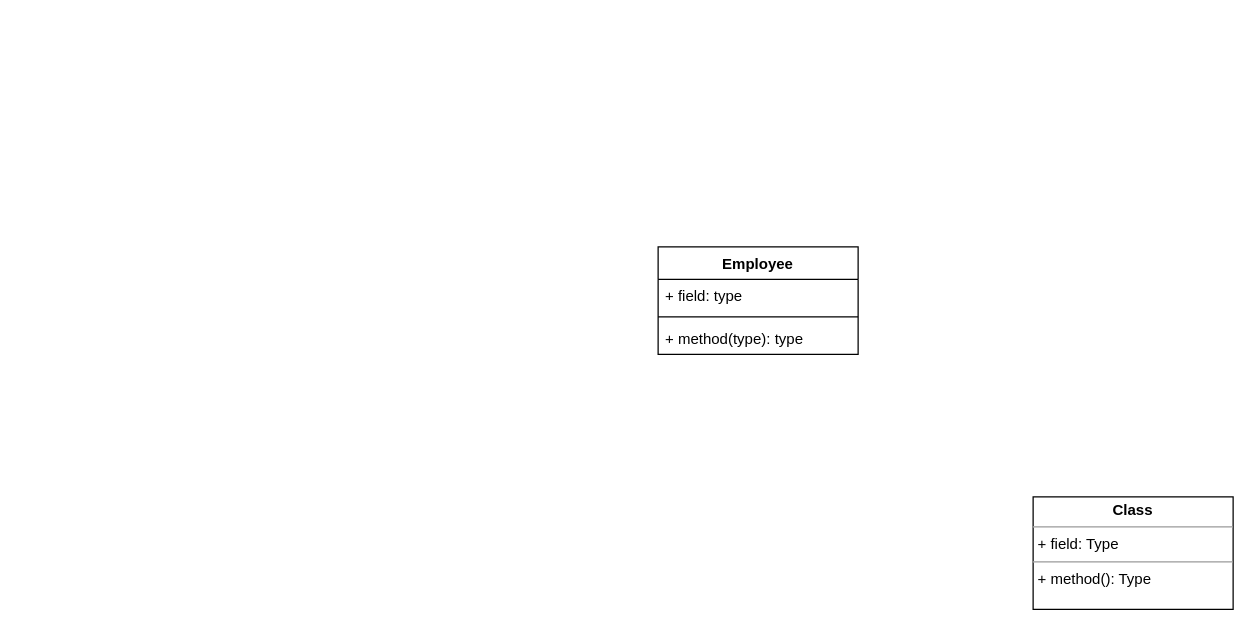
Before: Untitled Diagram.drawio in cubcoffee/valhalla-api, a draw.io diagram. Source tidied: cells renumbered, new cells numbered last; positions are measured from the earlier drawing's top-left corner, leaving out a move shared by most shapes. Both pictures are drawn from the tidied source at 125%, with x=0, y=0 at pixel (658, 246).
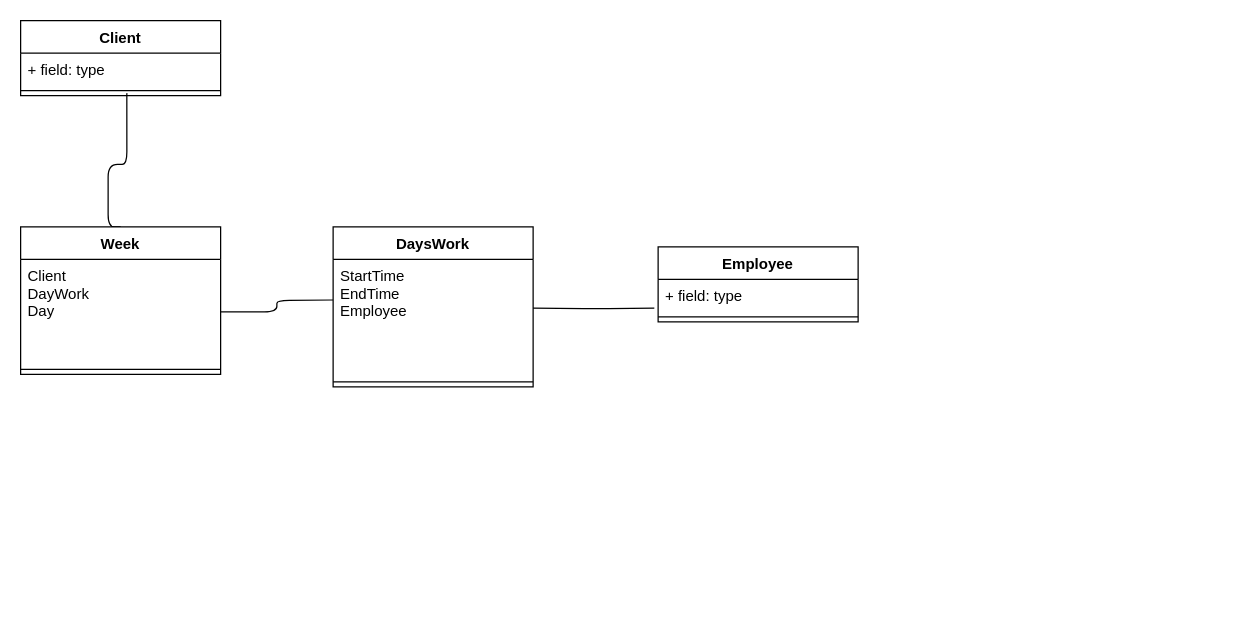
Above is the later version.

Diff of the diagram source:
```diff
@@
 <mxGraphModel background="#ffffff">
   <root>
     <mxCell id="0" />
     <mxCell id="1" parent="0" />
+    <mxCell id="7" style="endArrow=none;html=1;edgeStyle=orthogonalEdgeStyle;entryX=-0.019;entryY=0.885;entryDx=0;entryDy=0;entryPerimeter=0;" parent="1" edge="1" target="3">
+      <mxGeometry relative="1" as="geometry">
+        <mxPoint x="-100" y="49" as="sourcePoint" />
+      </mxGeometry>
+    </mxCell>
+    <mxCell id="8" style="endArrow=none;html=1;edgeStyle=orthogonalEdgeStyle;" parent="1" edge="1" source="11">
+      <mxGeometry relative="1" as="geometry">
+        <mxPoint x="-260" y="42.5" as="targetPoint" />
+      </mxGeometry>
+    </mxCell>
+    <mxCell id="9" style="endArrow=none;html=1;edgeStyle=orthogonalEdgeStyle;entryX=0.531;entryY=0.75;entryDx=0;entryDy=0;entryPerimeter=0;exitX=0.5;exitY=0;exitDx=0;exitDy=0;" parent="1" edge="1" source="10" target="15">
+      <mxGeometry relative="1" as="geometry">
+        <Array as="points">
+          <mxPoint x="-440" y="-66" />
+          <mxPoint x="-425" y="-66" />
+        </Array>
+      </mxGeometry>
+    </mxCell>
+    <mxCell id="10" value="Week" style="swimlane;fontStyle=1;align=center;verticalAlign=top;horizontal=1;startSize=26;" parent="1" vertex="1">
+      <mxGeometry x="-510" y="-16" width="160" height="118" as="geometry" />
+    </mxCell>
+    <mxCell id="11" value="Client&#10;DayWork&#10;Day&#10;&#10;&#10;" style="text;strokeColor=none;fillColor=none;align=left;verticalAlign=top;spacingLeft=4;spacingRight=4;overflow=hidden;points=[[0,0.5],[1,0.5]];portConstraint=eastwest;" parent="10" vertex="1">
+      <mxGeometry y="26" width="160" height="84" as="geometry" />
+    </mxCell>
+    <mxCell id="12" style="line;strokeWidth=1;fillColor=none;align=left;verticalAlign=middle;spacingTop=-1;spacingLeft=3;spacingRight=3;labelPosition=right;" parent="10" vertex="1">
+      <mxGeometry y="110" width="160" height="8" as="geometry" />
+    </mxCell>
+    <mxCell id="13" value="Client&#10;" style="swimlane;fontStyle=1;align=center;verticalAlign=top;horizontal=1;startSize=26;" parent="1" vertex="1">
+      <mxGeometry x="-510" y="-181" width="160" height="60" as="geometry" />
+    </mxCell>
+    <mxCell id="14" value="+ field: type" style="text;strokeColor=none;fillColor=none;align=left;verticalAlign=top;spacingLeft=4;spacingRight=4;overflow=hidden;" parent="13" vertex="1">
+      <mxGeometry y="26" width="160" height="26" as="geometry" />
+    </mxCell>
+    <mxCell id="15" style="line;strokeWidth=1;fillColor=none;align=left;verticalAlign=middle;spacingTop=-1;spacingLeft=3;spacingRight=3;labelPosition=right;points=[];portConstraint=eastwest;" parent="13" vertex="1">
+      <mxGeometry y="52" width="160" height="8" as="geometry" />
+    </mxCell>
     <mxCell id="2" value="Employee" style="swimlane;fontStyle=1;align=center;verticalAlign=top;horizontal=1;startSize=26;" parent="1" vertex="1">
-      <mxGeometry width="160" height="86" as="geometry" />
+      <mxGeometry width="160" height="60" as="geometry" />
     </mxCell>
     <mxCell id="3" value="+ field: type" style="text;strokeColor=none;fillColor=none;align=left;verticalAlign=top;spacingLeft=4;spacingRight=4;overflow=hidden;points=[[0,0.5],[1,0.5]];portConstraint=eastwest;" parent="2" vertex="1">
       <mxGeometry y="26" width="160" height="26" as="geometry" />
     </mxCell>
     <mxCell id="4" style="line;strokeWidth=1;fillColor=none;align=left;verticalAlign=middle;spacingTop=-1;spacingLeft=3;spacingRight=3;labelPosition=right;" parent="2" vertex="1">
       <mxGeometry y="52" width="160" height="8" as="geometry" />
     </mxCell>
-    <mxCell id="5" value="+ method(type): type" style="text;strokeColor=none;fillColor=none;align=left;verticalAlign=top;spacingLeft=4;spacingRight=4;overflow=hidden;" parent="2" vertex="1">
-      <mxGeometry y="60" width="160" height="26" as="geometry" />
-    </mxCell>
-    <mxCell id="6" value="&lt;p style=&quot;margin:0px;margin-top:4px;text-align:center;&quot;&gt;&lt;b&gt;Class&lt;/b&gt;&lt;/p&gt;&lt;hr size=&quot;1&quot;/&gt;&lt;p style=&quot;margin:0px;margin-left:4px;&quot;&gt;+ field: Type&lt;/p&gt;&lt;hr size=&quot;1&quot;/&gt;&lt;p style=&quot;margin:0px;margin-left:4px;&quot;&gt;+ method(): Type&lt;/p&gt;" style="verticalAlign=top;align=left;overflow=fill;fontSize=12;fontFamily=Helvetica;html=1;" parent="1" vertex="1">
-      <mxGeometry x="300" y="200" width="160" height="90" as="geometry" />
-    </mxCell>
+    <mxCell id="16" value="DaysWork" style="swimlane;fontStyle=1;align=center;verticalAlign=top;horizontal=1;startSize=26;" parent="1" vertex="1">
+      <mxGeometry x="-260" y="-16" width="160" height="128" as="geometry" />
+    </mxCell>
+    <mxCell id="17" value="StartTime&#10;EndTime&#10;Employee&#10;&#10;&#10;" style="text;strokeColor=none;fillColor=none;align=left;verticalAlign=top;spacingLeft=4;spacingRight=4;overflow=hidden;" parent="16" vertex="1">
+      <mxGeometry y="26" width="160" height="94" as="geometry" />
+    </mxCell>
+    <mxCell id="18" style="line;strokeWidth=1;fillColor=none;align=left;verticalAlign=middle;spacingTop=-1;spacingLeft=3;spacingRight=3;labelPosition=right;" parent="16" vertex="1">
+      <mxGeometry y="120" width="160" height="8" as="geometry" />
+    </mxCell>
   </root>
 </mxGraphModel>
```
